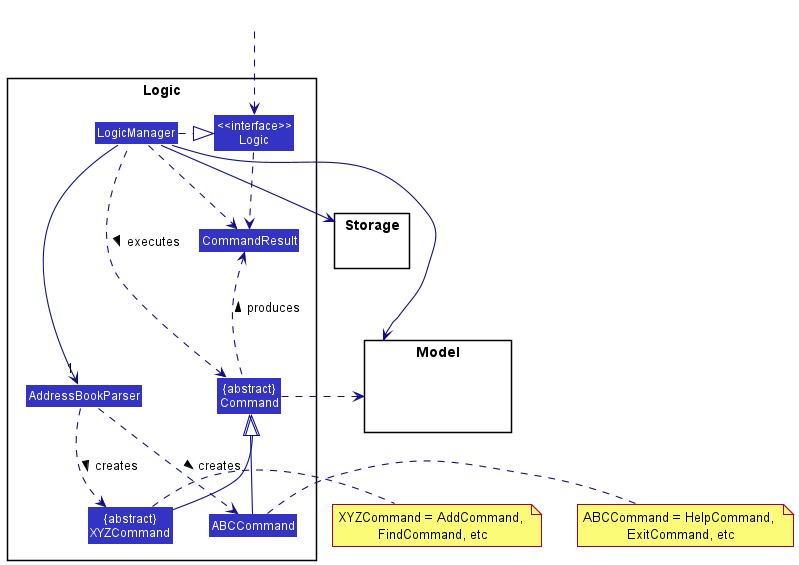
Above: docs/images/LogicClassDiagram.png in rcjj98/tp (PlantUML), before the change.
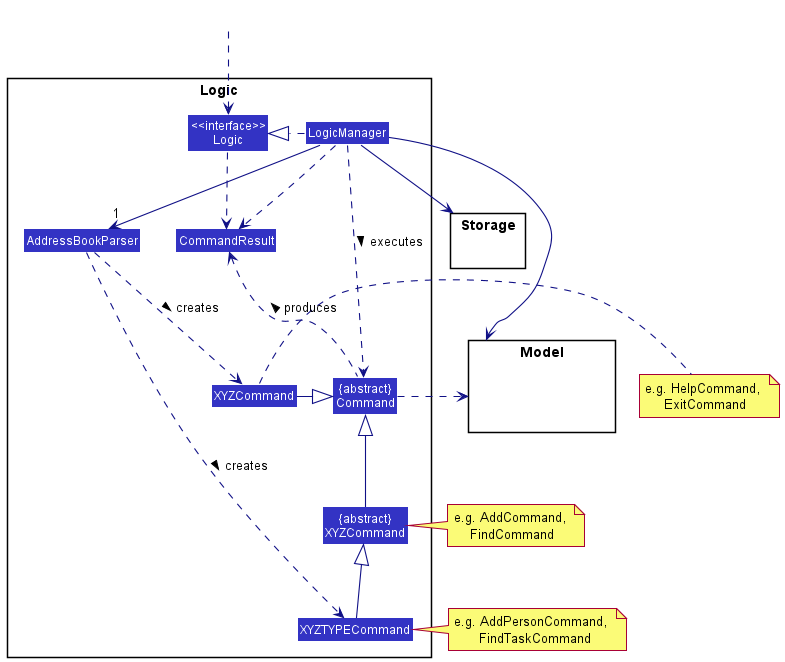
After the change.

What changed in the source:
```diff
@@ -7,11 +7,11 @@
 package Logic {
 
 Class AddressBookParser
-Class ABCCommand
-Class "{abstract}\nXYZCommand" as XYZCommand
+Class XYZCommand
+Class "{abstract}\nXYZCommand" as XYZAbstractCommand
 Class CommandResult
 Class "{abstract}\nCommand" as Command
-
+Class XYZTYPECommand
 
 Class "<<interface>>\nLogic" as Logic
 Class LogicManager
@@ -30,20 +30,21 @@
 LogicManager .right.|> Logic
 LogicManager -right->"1" AddressBookParser
 AddressBookParser ..> XYZCommand : creates >
-AddressBookParser ..> ABCCommand : creates >
+AddressBookParser ..> XYZTYPECommand : creates >
 
-XYZCommand -up-|> Command
-ABCCommand -up-|> Command
-LogicManager .left.> Command : executes >
+XYZAbstractCommand -up-|> Command
+XYZCommand -left-|> Command
+LogicManager ..> Command : executes >
+XYZTYPECommand -up-|> XYZAbstractCommand
 
 LogicManager --> Model
 LogicManager --> Storage
 Storage --[hidden] Model
 Command .[hidden]up.> Storage
 Command .right.> Model
-note right of XYZCommand: XYZCommand = AddCommand, \nFindCommand, etc
-note right of ABCCommand: ABCCommand = HelpCommand, \nExitCommand, etc
-
+note right of XYZAbstractCommand: e.g. AddCommand, \nFindCommand
+note right of XYZCommand: e.g. HelpCommand, \nExitCommand
+note right of XYZTYPECommand: e.g. AddPersonCommand, \n FindTaskCommand
 
 Logic ..> CommandResult
 LogicManager .down.> CommandResult
```
